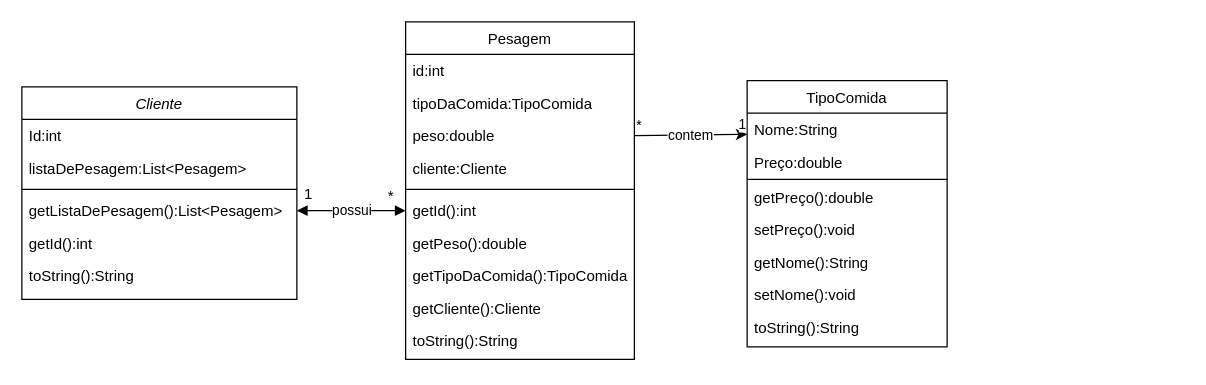
Above: UMLStarKilo.drawio in Eztrela/StarKilos (draw.io), before the change. Source tidied: cells renumbered, new cells numbered last; positions are measured from the earlier drawing's top-left corner, leaving out a move shared by most shapes. Both pictures are drawn from the tidied source at 125%, with x=0, y=0 at pixel (21, 21).
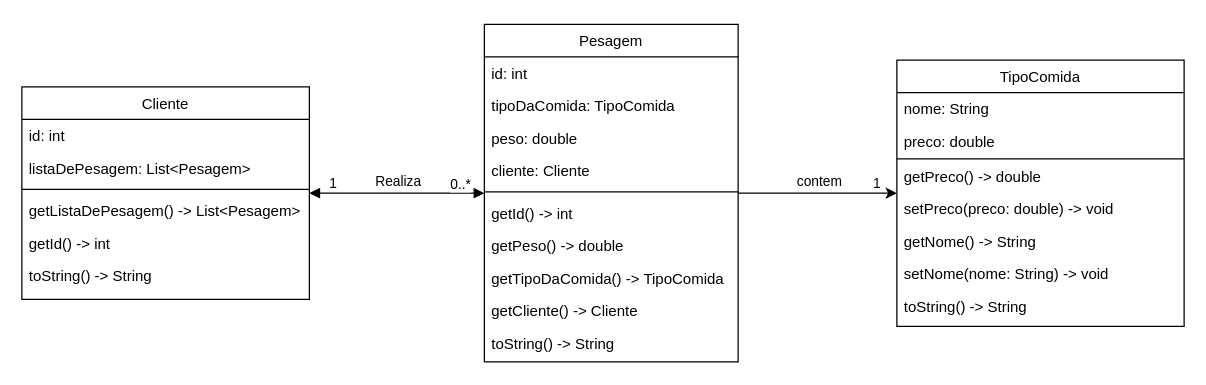
The same page after the edit.

Change to the diagram source:
```diff
@@
-    <mxCell id="2" value="Cliente" style="swimlane;fontStyle=2;align=center;verticalAlign=top;horizontal=1;startSize=26;rounded=0;shadow=0;strokeWidth=1;" parent="1" vertex="1">
-      <mxGeometry y="52" width="220" height="170" as="geometry" />
+    <mxCell id="2" value="Cliente" style="swimlane;fontStyle=0;align=center;verticalAlign=top;horizontal=1;startSize=26;rounded=0;shadow=0;strokeWidth=1;" parent="1" vertex="1">
+      <mxGeometry y="52" width="230" height="170" as="geometry" />
     </mxCell>
-    <mxCell id="3" value="Id:int" style="text;align=left;verticalAlign=top;spacingLeft=4;spacingRight=4;overflow=hidden;" parent="2" vertex="1">
-      <mxGeometry y="26" width="220" height="26" as="geometry" />
-    </mxCell>
-    <mxCell id="4" value="listaDePesagem:List&lt;Pesagem&gt;" style="text;align=left;verticalAlign=top;spacingLeft=4;spacingRight=4;overflow=hidden;rounded=0;shadow=0;html=0;" parent="2" vertex="1">
-      <mxGeometry y="52" width="220" height="26" as="geometry" />
-    </mxCell>
-    <mxCell id="5" style="line;html=1;strokeWidth=1;align=left;verticalAlign=middle;spacingTop=-1;spacingLeft=3;spacingRight=3;labelPosition=right;" parent="2" vertex="1">
-      <mxGeometry y="78" width="220" height="8" as="geometry" />
-    </mxCell>
-    <mxCell id="6" value="getListaDePesagem():List&lt;Pesagem&gt;" style="text;align=left;verticalAlign=top;spacingLeft=4;spacingRight=4;overflow=hidden;points=[[0,0.5],[1,0.5]];portConstraint=eastwest;" parent="2" vertex="1">
-      <mxGeometry y="86" width="220" height="26" as="geometry" />
-    </mxCell>
-    <mxCell id="7" value="getId():int" style="text;align=left;verticalAlign=top;spacingLeft=4;spacingRight=4;overflow=hidden;" parent="2" vertex="1">
-      <mxGeometry y="112" width="220" height="26" as="geometry" />
-    </mxCell>
-    <mxCell id="8" value="toString():String" style="text;align=left;verticalAlign=top;spacingLeft=4;spacingRight=4;overflow=hidden;" parent="2" vertex="1">
-      <mxGeometry y="138" width="220" height="26" as="geometry" />
-    </mxCell>
+    <mxCell id="36" value="id: int" style="text;align=left;verticalAlign=top;spacingLeft=4;spacingRight=4;overflow=hidden;" parent="2" vertex="1">
+      <mxGeometry y="26" width="230" height="26" as="geometry" />
+    </mxCell>
+    <mxCell id="37" value="listaDePesagem: List&lt;Pesagem&gt;" style="text;align=left;verticalAlign=top;spacingLeft=4;spacingRight=4;overflow=hidden;rounded=0;shadow=0;html=0;" parent="2" vertex="1">
+      <mxGeometry y="52" width="230" height="26" as="geometry" />
+    </mxCell>
+    <mxCell id="38" style="line;html=1;strokeWidth=1;align=left;verticalAlign=middle;spacingTop=-1;spacingLeft=3;spacingRight=3;labelPosition=right;" parent="2" vertex="1">
+      <mxGeometry y="78" width="230" height="8" as="geometry" />
+    </mxCell>
+    <mxCell id="39" value="getListaDePesagem() -&gt; List&lt;Pesagem&gt;" style="text;align=left;verticalAlign=top;spacingLeft=4;spacingRight=4;overflow=hidden;" parent="2" vertex="1">
+      <mxGeometry y="86" width="230" height="26" as="geometry" />
+    </mxCell>
+    <mxCell id="40" value="getId() -&gt; int" style="text;align=left;verticalAlign=top;spacingLeft=4;spacingRight=4;overflow=hidden;" parent="2" vertex="1">
+      <mxGeometry y="112" width="230" height="26" as="geometry" />
+    </mxCell>
+    <mxCell id="41" value="toString() -&gt; String" style="text;align=left;verticalAlign=top;spacingLeft=4;spacingRight=4;overflow=hidden;" parent="2" vertex="1">
+      <mxGeometry y="138" width="230" height="26" as="geometry" />
+    </mxCell>
     <mxCell id="9" value="TipoComida" style="swimlane;fontStyle=0;align=center;verticalAlign=top;horizontal=1;startSize=26;rounded=0;shadow=0;strokeWidth=1;" parent="1" vertex="1">
-      <mxGeometry x="580.2" y="47" width="160" height="213" as="geometry" />
+      <mxGeometry x="700" y="30.5" width="229.8" height="213" as="geometry" />
     </mxCell>
-    <mxCell id="10" value="Nome:String" style="text;align=left;verticalAlign=top;spacingLeft=4;spacingRight=4;overflow=hidden;" parent="9" vertex="1">
-      <mxGeometry y="26" width="160" height="26" as="geometry" />
-    </mxCell>
-    <mxCell id="11" value="Preço:double" style="text;align=left;verticalAlign=top;spacingLeft=4;spacingRight=4;overflow=hidden;" parent="9" vertex="1">
-      <mxGeometry y="52" width="160" height="26" as="geometry" />
-    </mxCell>
-    <mxCell id="12" style="line;html=1;strokeWidth=1;align=left;verticalAlign=middle;spacingTop=-1;spacingLeft=3;spacingRight=3;labelPosition=right;" parent="9" vertex="1">
-      <mxGeometry y="78" width="160" height="2" as="geometry" />
-    </mxCell>
-    <mxCell id="13" value="getPreço():double" style="text;align=left;verticalAlign=top;spacingLeft=4;spacingRight=4;overflow=hidden;" parent="9" vertex="1">
-      <mxGeometry y="80" width="160" height="26" as="geometry" />
-    </mxCell>
-    <mxCell id="14" value="setPreço():void" style="text;align=left;verticalAlign=top;spacingLeft=4;spacingRight=4;overflow=hidden;" parent="9" vertex="1">
-      <mxGeometry y="106" width="160" height="26" as="geometry" />
-    </mxCell>
-    <mxCell id="15" value="getNome():String" style="text;align=left;verticalAlign=top;spacingLeft=4;spacingRight=4;overflow=hidden;" parent="9" vertex="1">
-      <mxGeometry y="132" width="160" height="26" as="geometry" />
-    </mxCell>
-    <mxCell id="16" value="setNome():void" style="text;align=left;verticalAlign=top;spacingLeft=4;spacingRight=4;overflow=hidden;" parent="9" vertex="1">
-      <mxGeometry y="158" width="160" height="26" as="geometry" />
-    </mxCell>
-    <mxCell id="17" value="toString():String" style="text;align=left;verticalAlign=top;spacingLeft=4;spacingRight=4;overflow=hidden;" parent="9" vertex="1">
-      <mxGeometry y="184" width="160" height="26" as="geometry" />
-    </mxCell>
+    <mxCell id="42" value="nome: String" style="text;align=left;verticalAlign=top;spacingLeft=4;spacingRight=4;overflow=hidden;" parent="9" vertex="1">
+      <mxGeometry y="26" width="229.8" height="26" as="geometry" />
+    </mxCell>
+    <mxCell id="43" value="preco: double" style="text;align=left;verticalAlign=top;spacingLeft=4;spacingRight=4;overflow=hidden;" parent="9" vertex="1">
+      <mxGeometry y="52" width="229.8" height="26" as="geometry" />
+    </mxCell>
+    <mxCell id="44" style="line;html=1;strokeWidth=1;align=left;verticalAlign=middle;spacingTop=-1;spacingLeft=3;spacingRight=3;labelPosition=right;" parent="9" vertex="1">
+      <mxGeometry y="78" width="229.8" height="2" as="geometry" />
+    </mxCell>
+    <mxCell id="45" value="getPreco() -&gt; double" style="text;align=left;verticalAlign=top;spacingLeft=4;spacingRight=4;overflow=hidden;" parent="9" vertex="1">
+      <mxGeometry y="80" width="229.8" height="26" as="geometry" />
+    </mxCell>
+    <mxCell id="46" value="setPreco(preco: double) -&gt; void" style="text;align=left;verticalAlign=top;spacingLeft=4;spacingRight=4;overflow=hidden;" parent="9" vertex="1">
+      <mxGeometry y="106" width="229.8" height="26" as="geometry" />
+    </mxCell>
+    <mxCell id="47" value="getNome() -&gt; String" style="text;align=left;verticalAlign=top;spacingLeft=4;spacingRight=4;overflow=hidden;" parent="9" vertex="1">
+      <mxGeometry y="132" width="229.8" height="26" as="geometry" />
+    </mxCell>
+    <mxCell id="48" value="setNome(nome: String) -&gt; void" style="text;align=left;verticalAlign=top;spacingLeft=4;spacingRight=4;overflow=hidden;" parent="9" vertex="1">
+      <mxGeometry y="158" width="229.8" height="26" as="geometry" />
+    </mxCell>
+    <mxCell id="49" value="toString() -&gt; String" style="text;align=left;verticalAlign=top;spacingLeft=4;spacingRight=4;overflow=hidden;" parent="9" vertex="1">
+      <mxGeometry y="184" width="229.8" height="26" as="geometry" />
+    </mxCell>
     <mxCell id="18" value="Pesagem" style="swimlane;fontStyle=0;align=center;verticalAlign=top;horizontal=1;startSize=26;rounded=0;shadow=0;strokeWidth=1;" parent="1" vertex="1">
-      <mxGeometry x="307" width="183" height="270" as="geometry" />
+      <mxGeometry x="370" y="2" width="203" height="270" as="geometry" />
     </mxCell>
-    <mxCell id="19" value="id:int" style="text;align=left;verticalAlign=top;spacingLeft=4;spacingRight=4;overflow=hidden;" parent="18" vertex="1">
-      <mxGeometry y="26" width="183" height="26" as="geometry" />
-    </mxCell>
-    <mxCell id="20" value="tipoDaComida:TipoComida" style="text;align=left;verticalAlign=top;spacingLeft=4;spacingRight=4;overflow=hidden;rounded=0;shadow=0;html=0;" parent="18" vertex="1">
-      <mxGeometry y="52" width="183" height="26" as="geometry" />
-    </mxCell>
-    <mxCell id="21" value="peso:double" style="text;align=left;verticalAlign=top;spacingLeft=4;spacingRight=4;overflow=hidden;points=[[0,0.5],[1,0.5]];portConstraint=eastwest;rounded=0;shadow=0;html=0;" parent="18" vertex="1">
-      <mxGeometry y="78" width="183" height="26" as="geometry" />
-    </mxCell>
-    <mxCell id="22" value="cliente:Cliente" style="text;align=left;verticalAlign=top;spacingLeft=4;spacingRight=4;overflow=hidden;rounded=0;shadow=0;html=0;" parent="18" vertex="1">
-      <mxGeometry y="104" width="183" height="26" as="geometry" />
-    </mxCell>
-    <mxCell id="23" style="line;html=1;strokeWidth=1;align=left;verticalAlign=middle;spacingTop=-1;spacingLeft=3;spacingRight=3;labelPosition=right;" parent="18" vertex="1">
-      <mxGeometry y="130" width="183" height="8" as="geometry" />
-    </mxCell>
-    <mxCell id="24" value="getId():int" style="text;align=left;verticalAlign=top;spacingLeft=4;spacingRight=4;overflow=hidden;points=[[0,0.5],[1,0.5]];portConstraint=eastwest;" parent="18" vertex="1">
-      <mxGeometry y="138" width="183" height="26" as="geometry" />
-    </mxCell>
-    <mxCell id="25" value="getPeso():double" style="text;align=left;verticalAlign=top;spacingLeft=4;spacingRight=4;overflow=hidden;" parent="18" vertex="1">
-      <mxGeometry y="164" width="183" height="26" as="geometry" />
-    </mxCell>
-    <mxCell id="26" value="getTipoDaComida():TipoComida" style="text;align=left;verticalAlign=top;spacingLeft=4;spacingRight=4;overflow=hidden;" parent="18" vertex="1">
-      <mxGeometry y="190" width="183" height="26" as="geometry" />
-    </mxCell>
-    <mxCell id="27" value="getCliente():Cliente" style="text;align=left;verticalAlign=top;spacingLeft=4;spacingRight=4;overflow=hidden;" parent="18" vertex="1">
-      <mxGeometry y="216" width="183" height="26" as="geometry" />
-    </mxCell>
-    <mxCell id="28" value="toString():String" style="text;align=left;verticalAlign=top;spacingLeft=4;spacingRight=4;overflow=hidden;" parent="18" vertex="1">
-      <mxGeometry y="242" width="183" height="26" as="geometry" />
-    </mxCell>
-    <mxCell id="29" style="endArrow=classic;html=1;rounded=0;exitX=1;exitY=0.5;exitDx=0;exitDy=0;entryX=0;entryY=0.5;entryDx=0;entryDy=0;" parent="1" edge="1" source="21">
-      <mxGeometry relative="1" as="geometry">
-        <mxPoint x="580.2" y="90" as="targetPoint" />
-      </mxGeometry>
-    </mxCell>
+    <mxCell id="50" value="id: int" style="text;align=left;verticalAlign=top;spacingLeft=4;spacingRight=4;overflow=hidden;" parent="18" vertex="1">
+      <mxGeometry y="26" width="203" height="26" as="geometry" />
+    </mxCell>
+    <mxCell id="51" value="tipoDaComida: TipoComida" style="text;align=left;verticalAlign=top;spacingLeft=4;spacingRight=4;overflow=hidden;rounded=0;shadow=0;html=0;" parent="18" vertex="1">
+      <mxGeometry y="52" width="203" height="26" as="geometry" />
+    </mxCell>
+    <mxCell id="52" value="peso: double" style="text;align=left;verticalAlign=top;spacingLeft=4;spacingRight=4;overflow=hidden;rounded=0;shadow=0;html=0;" parent="18" vertex="1">
+      <mxGeometry y="78" width="203" height="26" as="geometry" />
+    </mxCell>
+    <mxCell id="53" value="cliente: Cliente" style="text;align=left;verticalAlign=top;spacingLeft=4;spacingRight=4;overflow=hidden;rounded=0;shadow=0;html=0;" parent="18" vertex="1">
+      <mxGeometry y="104" width="203" height="26" as="geometry" />
+    </mxCell>
+    <mxCell id="54" style="line;html=1;strokeWidth=1;align=left;verticalAlign=middle;spacingTop=-1;spacingLeft=3;spacingRight=3;labelPosition=right;" parent="18" vertex="1">
+      <mxGeometry y="130" width="203" height="8" as="geometry" />
+    </mxCell>
+    <mxCell id="55" value="getId() -&gt; int" style="text;align=left;verticalAlign=top;spacingLeft=4;spacingRight=4;overflow=hidden;" parent="18" vertex="1">
+      <mxGeometry y="138" width="203" height="26" as="geometry" />
+    </mxCell>
+    <mxCell id="56" value="getPeso() -&gt; double" style="text;align=left;verticalAlign=top;spacingLeft=4;spacingRight=4;overflow=hidden;" parent="18" vertex="1">
+      <mxGeometry y="164" width="203" height="26" as="geometry" />
+    </mxCell>
+    <mxCell id="57" value="getTipoDaComida() -&gt; TipoComida" style="text;align=left;verticalAlign=top;spacingLeft=4;spacingRight=4;overflow=hidden;" parent="18" vertex="1">
+      <mxGeometry y="190" width="203" height="26" as="geometry" />
+    </mxCell>
+    <mxCell id="58" value="getCliente() -&gt; Cliente" style="text;align=left;verticalAlign=top;spacingLeft=4;spacingRight=4;overflow=hidden;" parent="18" vertex="1">
+      <mxGeometry y="216" width="203" height="26" as="geometry" />
+    </mxCell>
+    <mxCell id="59" value="toString() -&gt; String" style="text;align=left;verticalAlign=top;spacingLeft=4;spacingRight=4;overflow=hidden;" parent="18" vertex="1">
+      <mxGeometry y="242" width="203" height="26" as="geometry" />
+    </mxCell>
+    <mxCell id="60" style="endArrow=classic;html=1;rounded=0;" parent="1" edge="1" source="18" target="9">
+      <mxGeometry relative="1" as="geometry" />
+    </mxCell>
-    <mxCell id="30" value="contem" style="edgeLabel;html=1;align=center;verticalAlign=middle;" parent="29" vertex="1">
-      <mxGeometry relative="1" as="geometry" />
+    <mxCell id="30" value="contem" style="edgeLabel;html=1;align=center;verticalAlign=middle;" parent="60" vertex="1">
+      <mxGeometry relative="1" as="geometry">
+        <mxPoint y="-10" as="offset" />
+      </mxGeometry>
     </mxCell>
-    <mxCell id="31" value="*" style="edgeLabel;html=1;align=left;verticalAlign=bottom;" parent="29" vertex="1">
-      <mxGeometry x="-1" relative="1" as="geometry" />
-    </mxCell>
-    <mxCell id="32" value="1" style="edgeLabel;html=1;align=right;verticalAlign=bottom;" parent="29" vertex="1">
-      <mxGeometry x="1" relative="1" as="geometry" />
-    </mxCell>
-    <mxCell id="33" value="possui" style="endArrow=block;startArrow=block;endFill=1;startFill=1;html=1;rounded=0;exitX=1;exitY=0.5;exitDx=0;exitDy=0;entryX=0;entryY=0.5;entryDx=0;entryDy=0;" parent="1" edge="1" source="6" target="24">
-      <mxGeometry relative="1" as="geometry" />
-    </mxCell>
-    <mxCell id="34" value="*" style="text;html=1;align=center;verticalAlign=middle;strokeColor=none;fillColor=none;" parent="1" vertex="1">
-      <mxGeometry x="280" y="125" width="30" height="30" as="geometry" />
-    </mxCell>
-    <mxCell id="35" value="1" style="text;html=1;align=center;verticalAlign=middle;strokeColor=none;fillColor=none;" parent="1" vertex="1">
-      <mxGeometry x="214" y="123" width="30" height="30" as="geometry" />
-    </mxCell>
+    <mxCell id="61" value="1" style="edgeLabel;html=1;align=center;verticalAlign=middle;" parent="60" vertex="1">
+      <mxGeometry x="0.74" y="2" relative="1" as="geometry">
+        <mxPoint y="-7" as="offset" />
+      </mxGeometry>
+    </mxCell>
+    <mxCell id="62" style="endArrow=block;startArrow=block;endFill=1;startFill=1;html=1;rounded=0;" parent="1" edge="1" source="2" target="18">
+      <mxGeometry relative="1" as="geometry" />
+    </mxCell>
+    <mxCell id="63" value="Realiza" style="edgeLabel;html=1;align=center;verticalAlign=middle;" parent="62" vertex="1">
+      <mxGeometry x="-0.02" y="-1" relative="1" as="geometry">
+        <mxPoint x="1" y="-11" as="offset" />
+      </mxGeometry>
+    </mxCell>
+    <mxCell id="64" value="1" style="edgeLabel;html=1;align=center;verticalAlign=middle;" parent="62" vertex="1">
+      <mxGeometry x="-0.75" relative="1" as="geometry">
+        <mxPoint y="-9" as="offset" />
+      </mxGeometry>
+    </mxCell>
+    <mxCell id="65" value="0..*" style="edgeLabel;html=1;align=center;verticalAlign=middle;" parent="62" vertex="1">
+      <mxGeometry x="0.71" y="1" relative="1" as="geometry">
+        <mxPoint y="-7" as="offset" />
+      </mxGeometry>
+    </mxCell>
```
